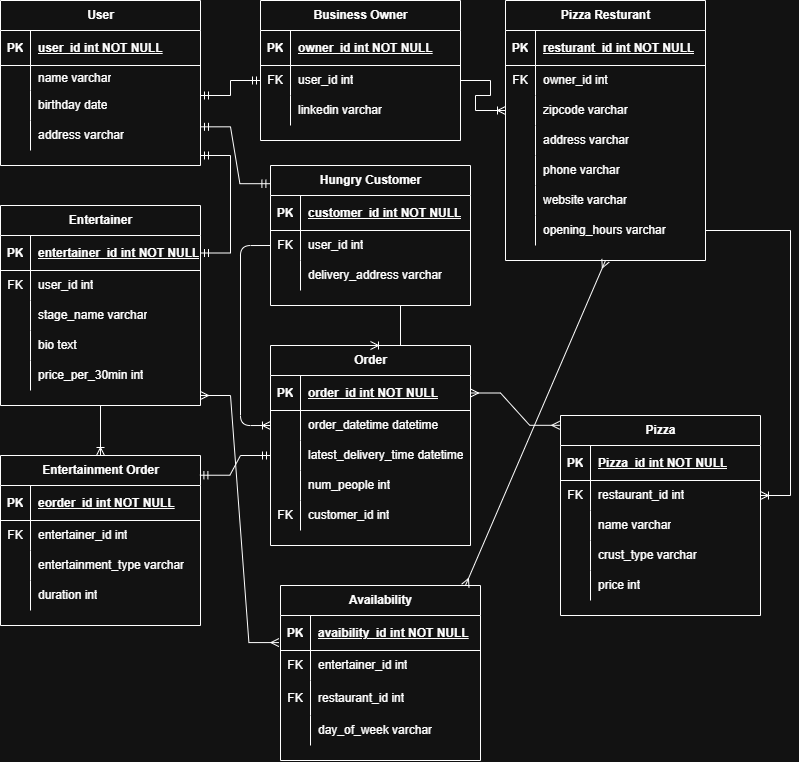
pateldeep99/Practical-1-ERD- keeps this draw.io diagram as Problem_2.drawio.png. Above is the earlier version. Source tidied: cells renumbered, new cells last; positions are measured from the earlier drawing's top-left corner, leaving out a move shared by most shapes.
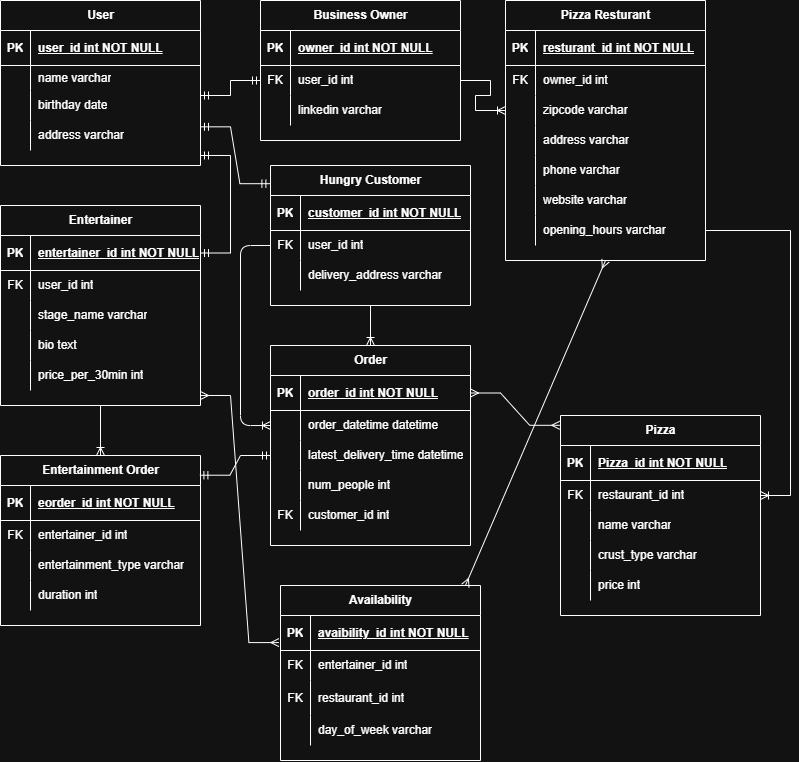
Above is the later version.

The edit, as a diff of the source:
```diff
@@ -408,7 +408,7 @@
     <mxCell id="135" style="edgeStyle=entityRelationEdgeStyle;fontSize=12;html=1;endArrow=ERoneToMany;rounded=0;exitX=1;exitY=0.5;exitDx=0;exitDy=0;" parent="1" edge="1" source="70" target="77">
       <mxGeometry relative="1" as="geometry" />
     </mxCell>
-    <mxCell id="136" style="edgeStyle=entityRelationEdgeStyle;fontSize=12;html=1;endArrow=ERoneToMany;rounded=0;exitX=0.5;exitY=1;exitDx=0;exitDy=0;entryX=0.5;entryY=0;entryDx=0;entryDy=0;" parent="1" edge="1" source="25" target="89">
+    <mxCell id="136" style="fontSize=12;html=1;endArrow=ERoneToMany;rounded=0;exitX=0.5;exitY=1;exitDx=0;exitDy=0;entryX=0.5;entryY=0;entryDx=0;entryDy=0;" parent="1" edge="1" source="25" target="89">
       <mxGeometry relative="1" as="geometry" />
     </mxCell>
     <mxCell id="137" style="edgeStyle=orthogonalEdgeStyle;fontSize=12;html=1;endArrow=ERoneToMany;rounded=1;exitX=0;exitY=0.5;exitDx=0;exitDy=0;entryX=0;entryY=0.5;entryDx=0;entryDy=0;" parent="1" edge="1" source="29" target="93">
```
